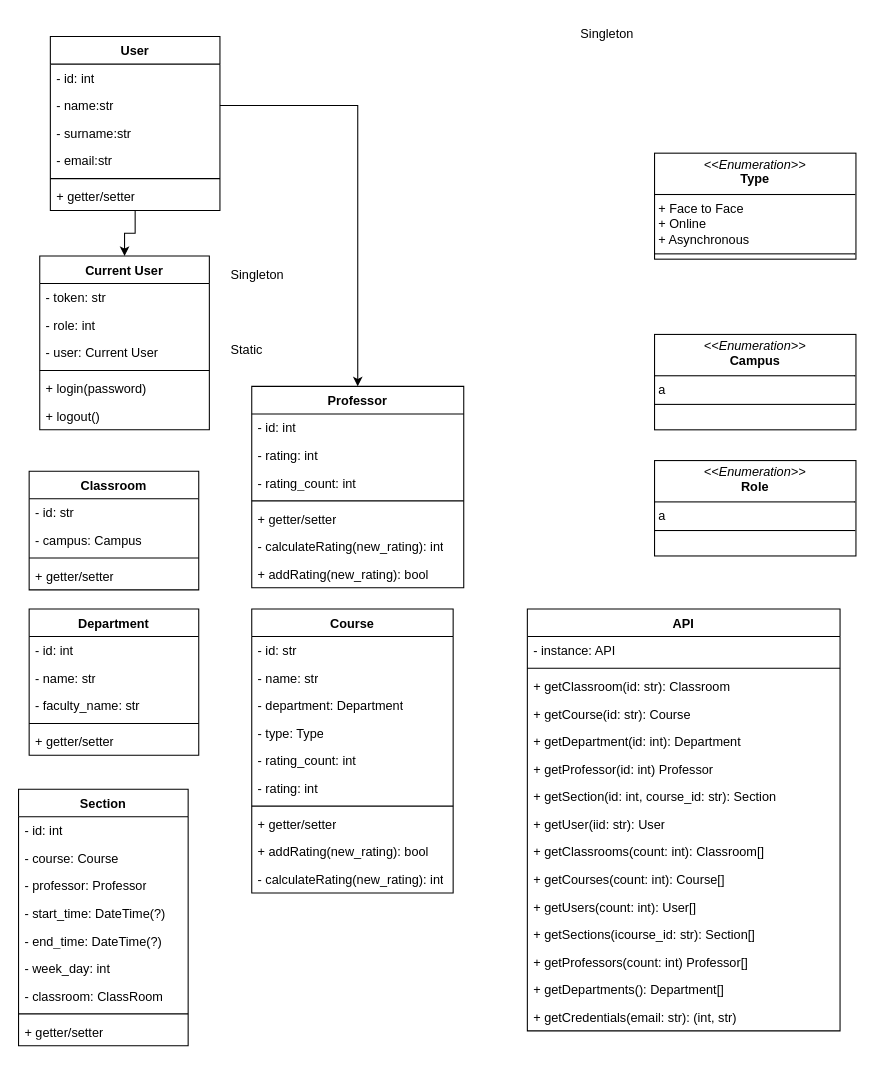
Earlier version of the draw.io diagram SEN3006 UML.drawio (Pearow/CourseWise-SEN3006). Source tidied: cells renumbered, new cells numbered last; positions are measured from the earlier drawing's top-left corner, leaving out a move shared by most shapes. Both pictures are drawn from the tidied source at 106%, with x=0, y=0 at pixel (18, 18).
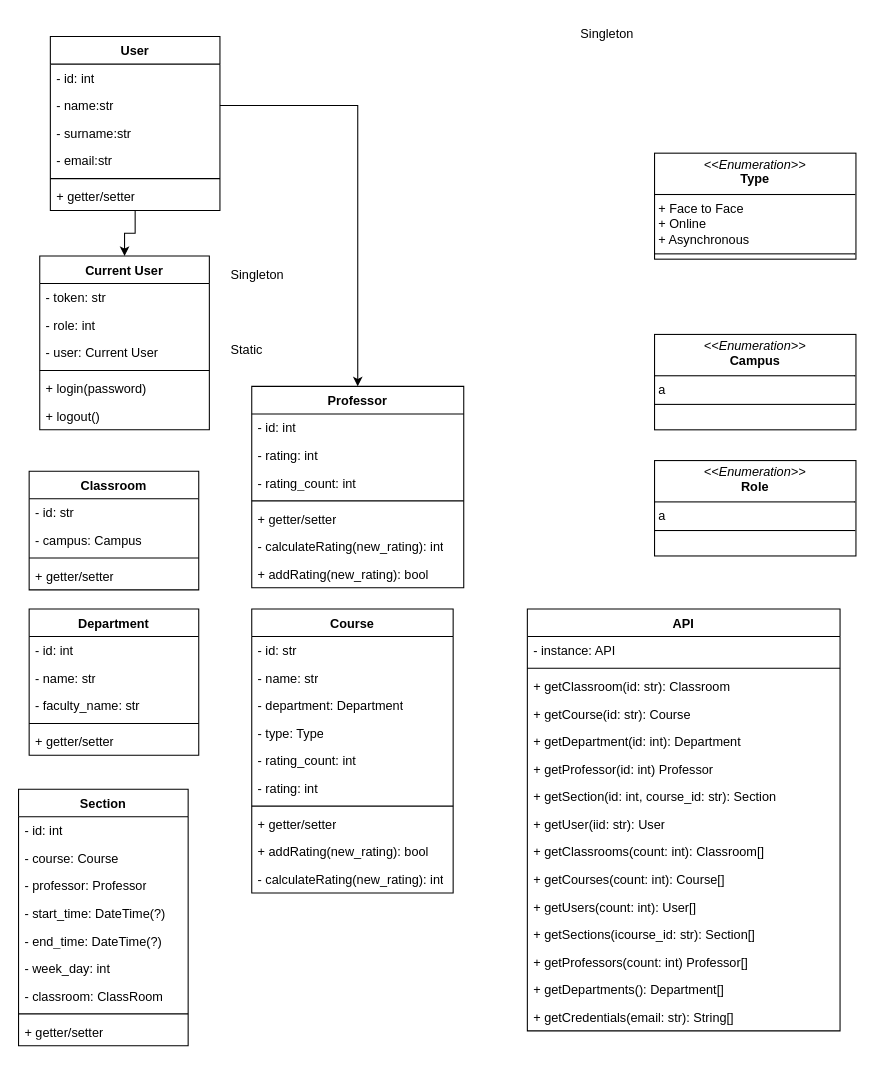
The same diagram, later.

The change refers to these unchanged cells:
```xml
<mxCell id="18" value="API" style="swimlane;fontStyle=1;align=center;verticalAlign=top;horizontal=1;startSize=26;whiteSpace=wrap;html=1;" parent="1" vertex="1">
  <mxGeometry x="480" y="557" width="295" height="398" as="geometry" />
</mxCell>
```

What changed in the source:
```diff
@@
-    <mxCell id="33" value="&lt;div&gt;+ getCredentials(email: str): (int, str)&lt;/div&gt;" style="text;strokeColor=none;fillColor=none;align=left;verticalAlign=top;spacingLeft=4;spacingRight=4;overflow=hidden;whiteSpace=wrap;html=1;" parent="18" vertex="1">
+    <mxCell id="33" value="&lt;div&gt;+ getCredentials(email: str): String[]&lt;/div&gt;" style="text;strokeColor=none;fillColor=none;align=left;verticalAlign=top;spacingLeft=4;spacingRight=4;overflow=hidden;whiteSpace=wrap;html=1;" parent="18" vertex="1">
       <mxGeometry y="372" width="295" height="26" as="geometry" />
     </mxCell>
```
